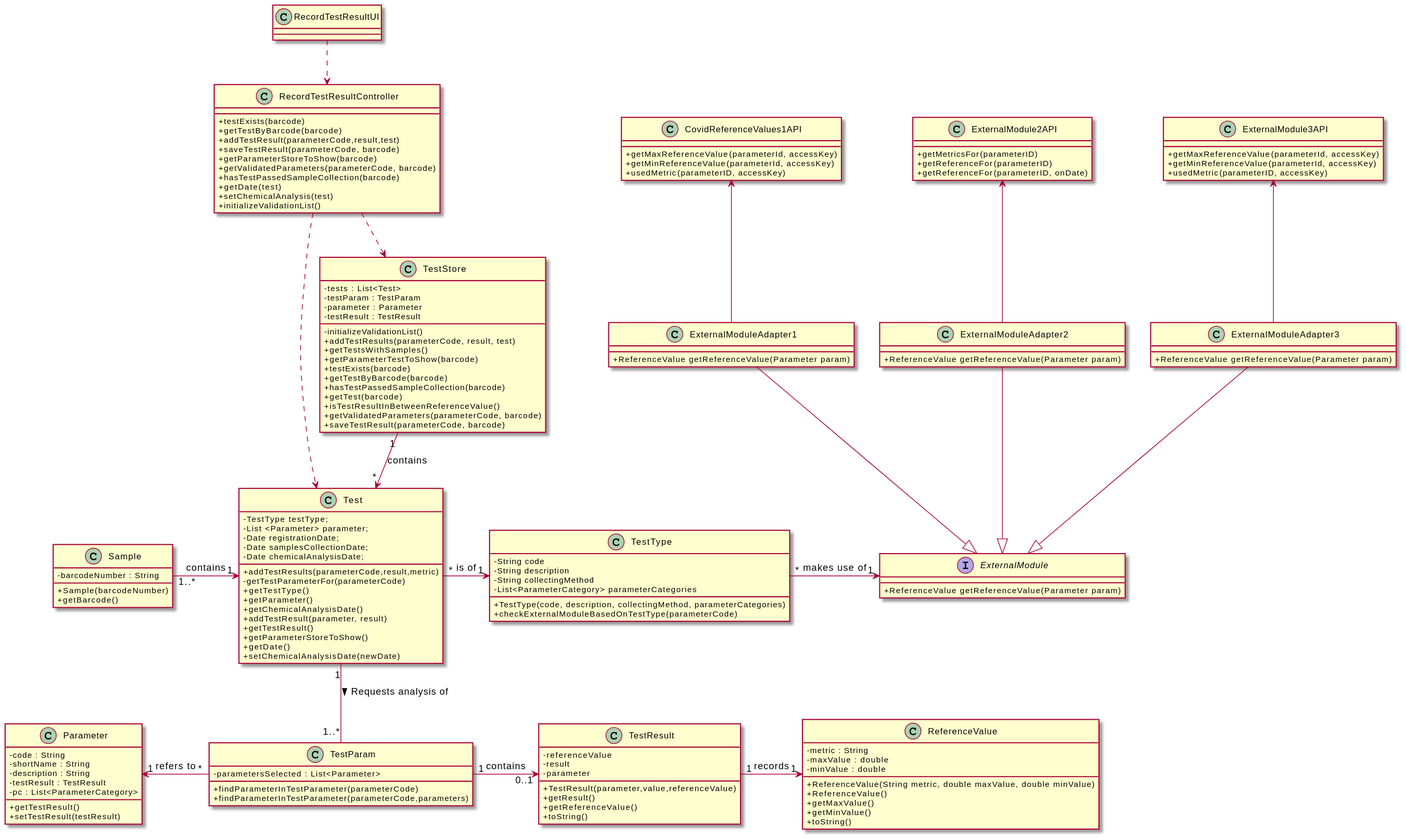
This is docs/SprintD/US_12/US12-CD.svg from RuiRioPina/LAPR2-20-21, a PlantUML export, as it was before one commit.
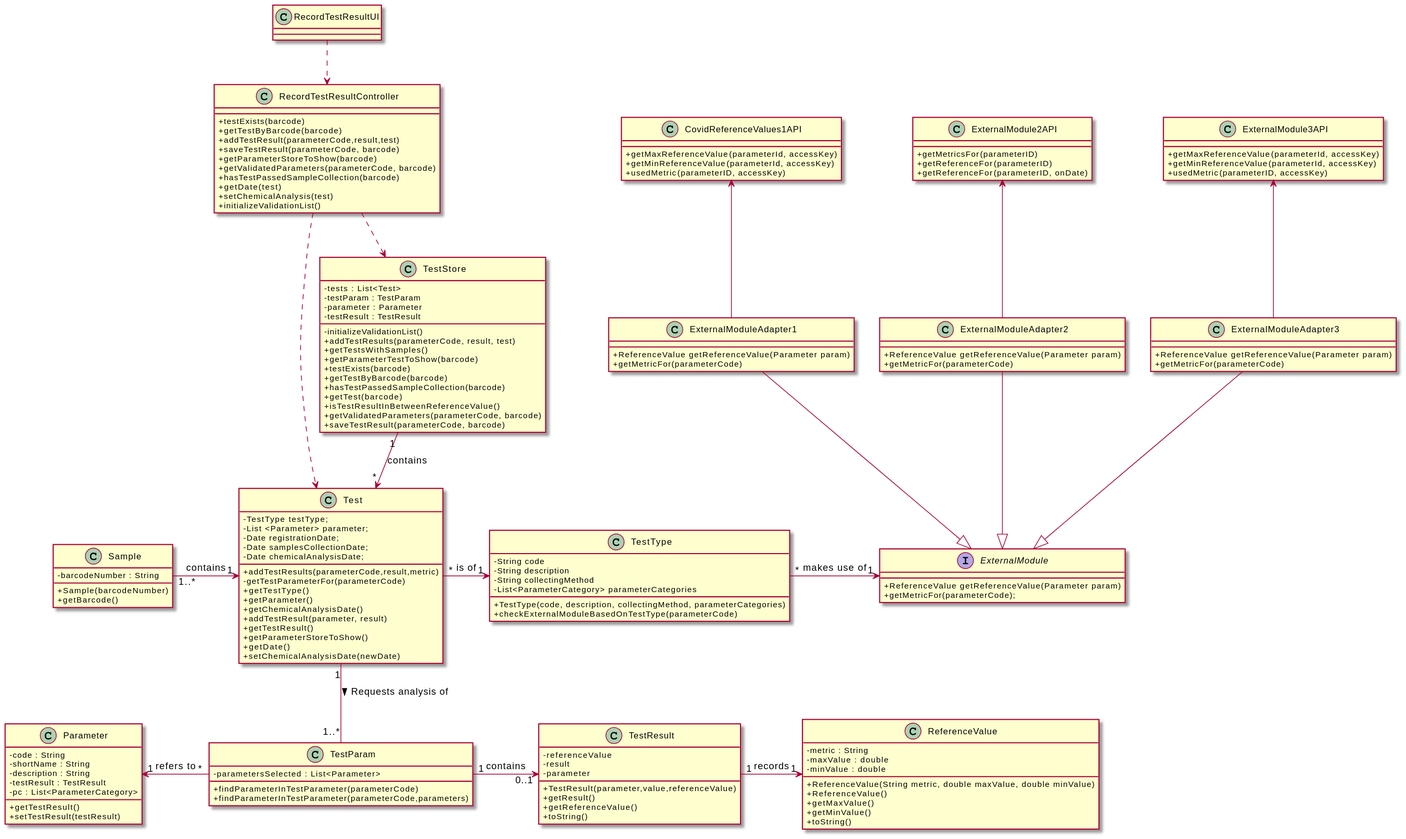
Above is the later version.

Change to the diagram source:
```diff
@@ -57,18 +57,22 @@
 
 Interface "ExternalModule"{
 +ReferenceValue getReferenceValue(Parameter param)
++getMetricFor(parameterCode);
 }
 
 Class "ExternalModuleAdapter1"{
 +ReferenceValue getReferenceValue(Parameter param)
++getMetricFor(parameterCode)
 }
 
 Class "ExternalModuleAdapter2"{
 +ReferenceValue getReferenceValue(Parameter param)
++getMetricFor(parameterCode)
 }
 
 Class "ExternalModuleAdapter3"{
 +ReferenceValue getReferenceValue(Parameter param)
++getMetricFor(parameterCode)
 }
 
 Class "TestType"{
```
